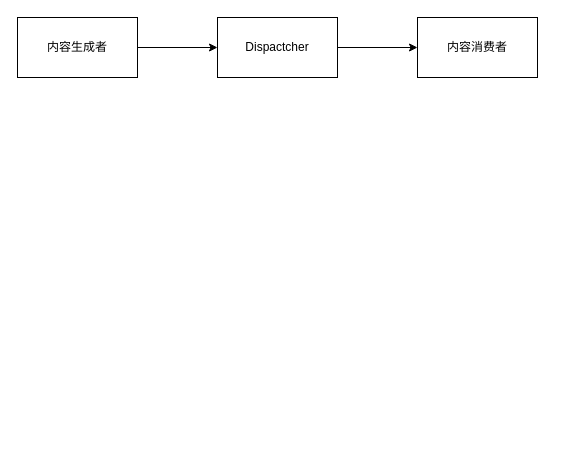
This is ComputerSystem/feed.drawio from NightFaint/Code-diary, a draw.io file, before an edit. Source tidied: cells renumbered, new cells numbered last; positions are measured from the earlier drawing's top-left corner, leaving out a move shared by most shapes. Both pictures are drawn from the tidied source at 100%, with x=0, y=0 at pixel (17, 17).
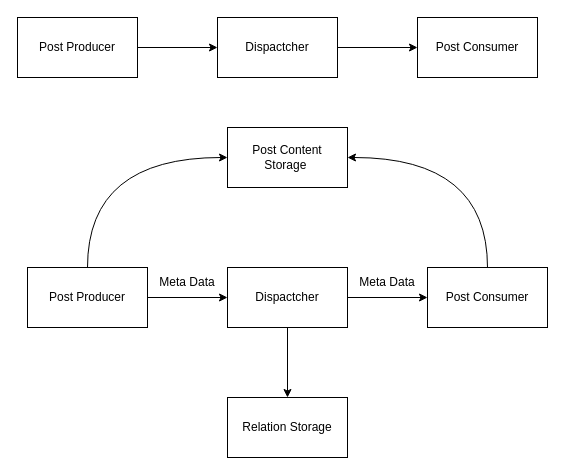
Above is the later version.

Diff of the diagram source:
```diff
@@
 <mxGraphModel>
   <root>
     <mxCell id="0" />
     <mxCell id="1" parent="0" />
     <mxCell id="2" style="edgeStyle=orthogonalEdgeStyle;rounded=0;jettySize=auto;html=1;" parent="1" edge="1" source="3" target="5">
       <mxGeometry relative="1" as="geometry" />
     </mxCell>
-    <mxCell id="3" value="内容生成者" style="rounded=0;whiteSpace=wrap;html=1;" parent="1" vertex="1">
+    <mxCell id="3" value="Post Producer" style="rounded=0;whiteSpace=wrap;html=1;" parent="1" vertex="1">
       <mxGeometry width="120" height="60" as="geometry" />
     </mxCell>
     <mxCell id="4" style="edgeStyle=orthogonalEdgeStyle;rounded=0;jettySize=auto;html=1;" parent="1" edge="1" source="5" target="6">
       <mxGeometry relative="1" as="geometry" />
     </mxCell>
     <mxCell id="5" value="Dispactcher" style="whiteSpace=wrap;html=1;rounded=0;" parent="1" vertex="1">
       <mxGeometry x="200" width="120" height="60" as="geometry" />
     </mxCell>
-    <mxCell id="6" value="内容消费者" style="whiteSpace=wrap;html=1;rounded=0;" parent="1" vertex="1">
+    <mxCell id="6" value="Post Consumer" style="whiteSpace=wrap;html=1;rounded=0;" parent="1" vertex="1">
       <mxGeometry x="400" width="120" height="60" as="geometry" />
     </mxCell>
+    <mxCell id="7" style="edgeStyle=orthogonalEdgeStyle;rounded=0;jettySize=auto;html=1;" parent="1" edge="1" source="9" target="12">
+      <mxGeometry relative="1" as="geometry" />
+    </mxCell>
+    <mxCell id="8" style="edgeStyle=orthogonalEdgeStyle;rounded=0;jettySize=auto;html=1;entryX=0;entryY=0.5;entryDx=0;entryDy=0;curved=1;exitX=0.5;exitY=0;exitDx=0;exitDy=0;" parent="1" edge="1" source="9" target="17">
+      <mxGeometry relative="1" as="geometry" />
+    </mxCell>
+    <mxCell id="9" value="Post Producer" style="rounded=0;whiteSpace=wrap;html=1;" parent="1" vertex="1">
+      <mxGeometry x="10" y="250" width="120" height="60" as="geometry" />
+    </mxCell>
+    <mxCell id="10" style="edgeStyle=orthogonalEdgeStyle;rounded=0;jettySize=auto;html=1;" parent="1" edge="1" source="12" target="14">
+      <mxGeometry relative="1" as="geometry" />
+    </mxCell>
+    <mxCell id="11" style="edgeStyle=orthogonalEdgeStyle;rounded=0;jettySize=auto;html=1;" parent="1" edge="1" source="12" target="18">
+      <mxGeometry relative="1" as="geometry" />
+    </mxCell>
+    <mxCell id="12" value="Dispactcher" style="whiteSpace=wrap;html=1;rounded=0;" parent="1" vertex="1">
+      <mxGeometry x="210" y="250" width="120" height="60" as="geometry" />
+    </mxCell>
+    <mxCell id="13" style="edgeStyle=orthogonalEdgeStyle;rounded=0;jettySize=auto;html=1;entryX=1;entryY=0.5;entryDx=0;entryDy=0;exitX=0.5;exitY=0;exitDx=0;exitDy=0;curved=1;" parent="1" edge="1" source="14" target="17">
+      <mxGeometry relative="1" as="geometry" />
+    </mxCell>
+    <mxCell id="14" value="Post Consumer" style="whiteSpace=wrap;html=1;rounded=0;" parent="1" vertex="1">
+      <mxGeometry x="410" y="250" width="120" height="60" as="geometry" />
+    </mxCell>
+    <mxCell id="15" value="Meta Data" style="text;html=1;align=center;verticalAlign=middle;whiteSpace=wrap;rounded=0;" parent="1" vertex="1">
+      <mxGeometry x="140" y="250" width="60" height="30" as="geometry" />
+    </mxCell>
+    <mxCell id="16" value="Meta Data" style="text;html=1;align=center;verticalAlign=middle;whiteSpace=wrap;rounded=0;" parent="1" vertex="1">
+      <mxGeometry x="340" y="250" width="60" height="30" as="geometry" />
+    </mxCell>
+    <mxCell id="17" value="Post Content Storage&amp;nbsp;" style="rounded=0;whiteSpace=wrap;html=1;" parent="1" vertex="1">
+      <mxGeometry x="210" y="110" width="120" height="60" as="geometry" />
+    </mxCell>
+    <mxCell id="18" value="Relation Storage" style="whiteSpace=wrap;html=1;rounded=0;" parent="1" vertex="1">
+      <mxGeometry x="210" y="380" width="120" height="60" as="geometry" />
+    </mxCell>
   </root>
 </mxGraphModel>
```
